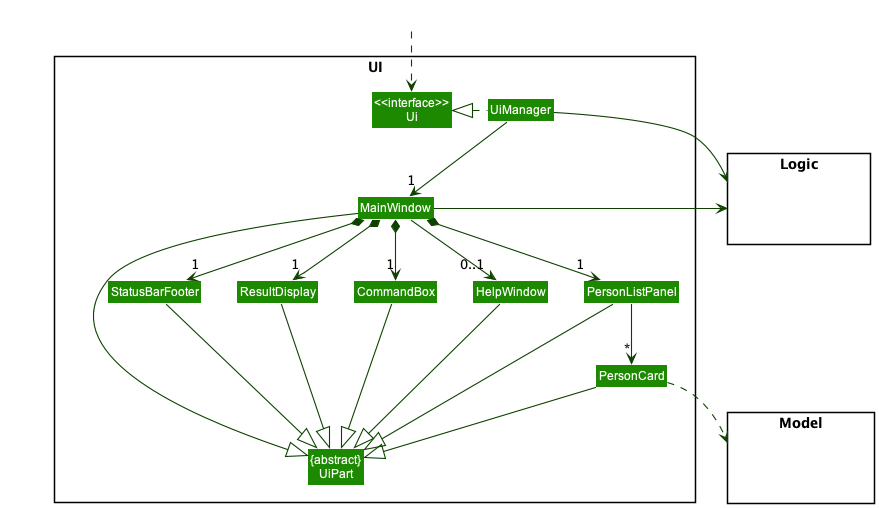
nus-cs2103-AY2223S1/tp keeps this PlantUML diagram as docs/images/UiClassDiagram.png. Above is the earlier version. Its diagram source:
```plantuml
@startuml
!include style.puml
skinparam arrowThickness 1.1
skinparam arrowColor UI_COLOR_T4
skinparam classBackgroundColor UI_COLOR

package UI <<Rectangle>>{
Class "<<interface>>\nUi" as Ui
Class "{abstract}\nUiPart" as UiPart
Class UiManager
Class MainWindow
Class HelpWindow
Class ResultDisplay
Class PersonListPanel
Class PersonCard
Class StatusBarFooter
Class CommandBox
}

package Model <<Rectangle>> {
Class HiddenModel #FFFFFF
}

package Logic <<Rectangle>> {
Class HiddenLogic #FFFFFF
}

Class HiddenOutside #FFFFFF
HiddenOutside ..> Ui

UiManager .left.|> Ui
UiManager -down-> "1" MainWindow
MainWindow *-down->  "1" CommandBox
MainWindow *-down-> "1" ResultDisplay
MainWindow *-down-> "1" PersonListPanel
MainWindow *-down-> "1" StatusBarFooter
MainWindow --> "0..1" HelpWindow

PersonListPanel -down-> "*" PersonCard

MainWindow -left-|> UiPart

ResultDisplay --|> UiPart
CommandBox --|> UiPart
PersonListPanel --|> UiPart
PersonCard --|> UiPart
StatusBarFooter --|> UiPart
HelpWindow --|> UiPart

PersonCard ..> Model
UiManager -right-> Logic
MainWindow -left-> Logic

PersonListPanel -[hidden]left- HelpWindow
HelpWindow -[hidden]left- CommandBox
CommandBox -[hidden]left- ResultDisplay
ResultDisplay -[hidden]left- StatusBarFooter

MainWindow -[hidden]-|> UiPart
@enduml
```
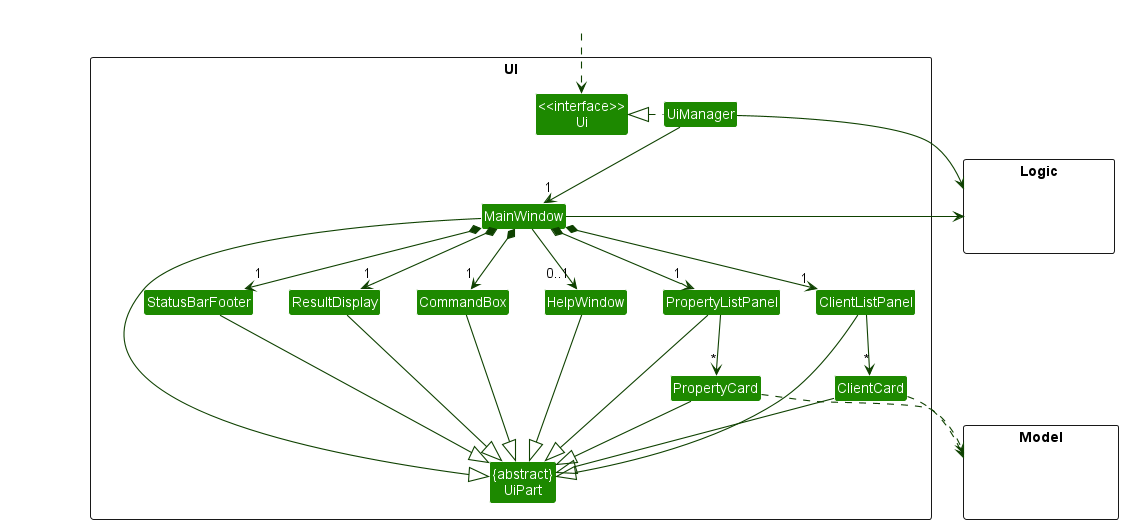
After the change.

The edit, as a diff of the source:
```diff
@@ -11,8 +11,10 @@
 Class MainWindow
 Class HelpWindow
 Class ResultDisplay
-Class PersonListPanel
-Class PersonCard
+Class PropertyListPanel
+Class ClientListPanel
+Class PropertyCard
+Class ClientCard
 Class StatusBarFooter
 Class CommandBox
 }
@@ -32,26 +34,31 @@
 UiManager -down-> "1" MainWindow
 MainWindow *-down->  "1" CommandBox
 MainWindow *-down-> "1" ResultDisplay
-MainWindow *-down-> "1" PersonListPanel
+MainWindow *-down-> "1" PropertyListPanel
+MainWindow *-down-> "1" ClientListPanel
 MainWindow *-down-> "1" StatusBarFooter
 MainWindow --> "0..1" HelpWindow
 
-PersonListPanel -down-> "*" PersonCard
+PropertyListPanel -down-> "*" PropertyCard
+ClientListPanel -down-> "*" ClientCard
 
 MainWindow -left-|> UiPart
 
 ResultDisplay --|> UiPart
 CommandBox --|> UiPart
-PersonListPanel --|> UiPart
-PersonCard --|> UiPart
+PropertyListPanel --|> UiPart
+PropertyCard --|> UiPart
+ClientListPanel --|> UiPart
+ClientCard --|> UiPart
 StatusBarFooter --|> UiPart
 HelpWindow --|> UiPart
 
-PersonCard ..> Model
+PropertyCard ..> Model
+ClientCard ..> Model
 UiManager -right-> Logic
 MainWindow -left-> Logic
 
-PersonListPanel -[hidden]left- HelpWindow
+PropertyListPanel -[hidden]left- HelpWindow
 HelpWindow -[hidden]left- CommandBox
 CommandBox -[hidden]left- ResultDisplay
 ResultDisplay -[hidden]left- StatusBarFooter
```
